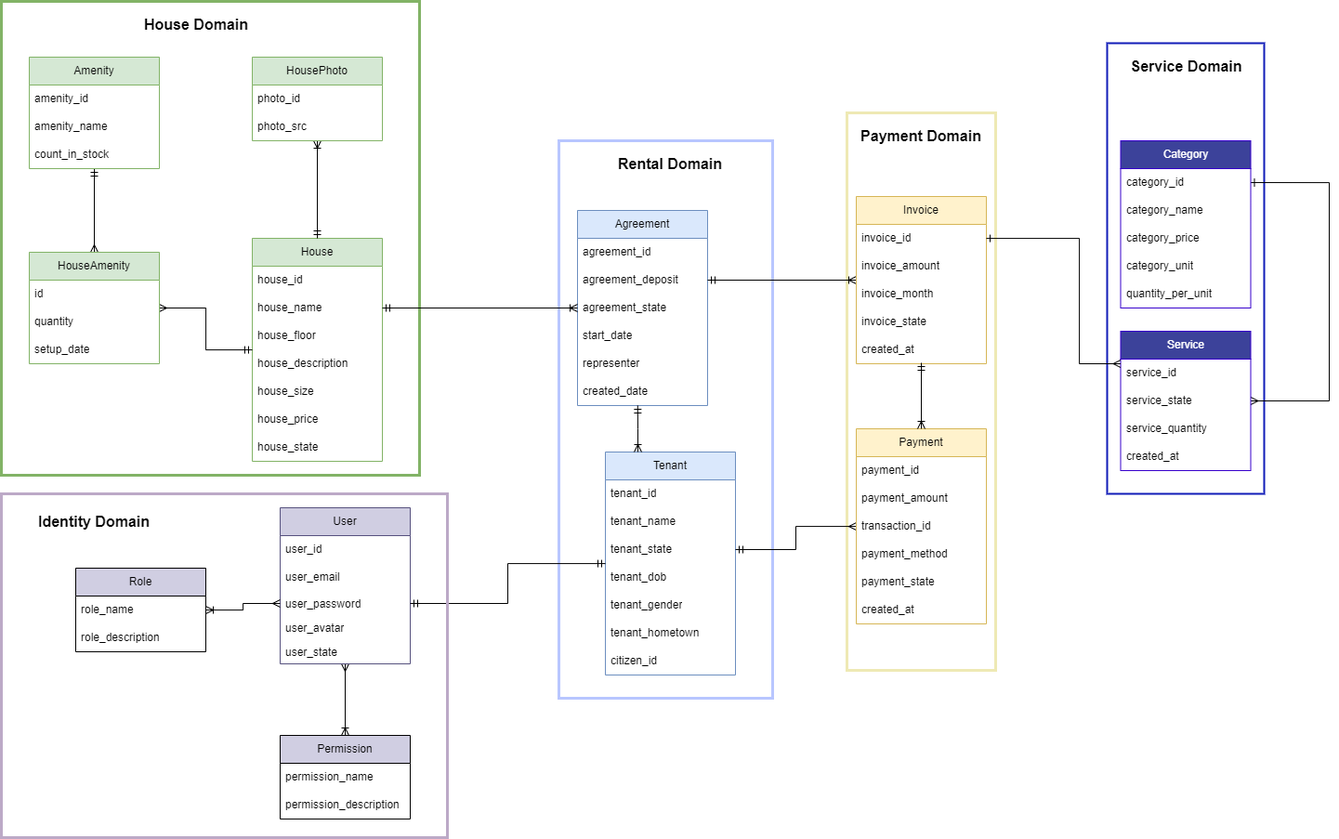
The draw.io diagram documents/ddd-diagram.drawio.png in fatthinh/house_rental_management, before a commit. Source tidied: cells renumbered, new cells last; positions are measured from the earlier drawing's top-left corner, leaving out a move shared by most shapes.
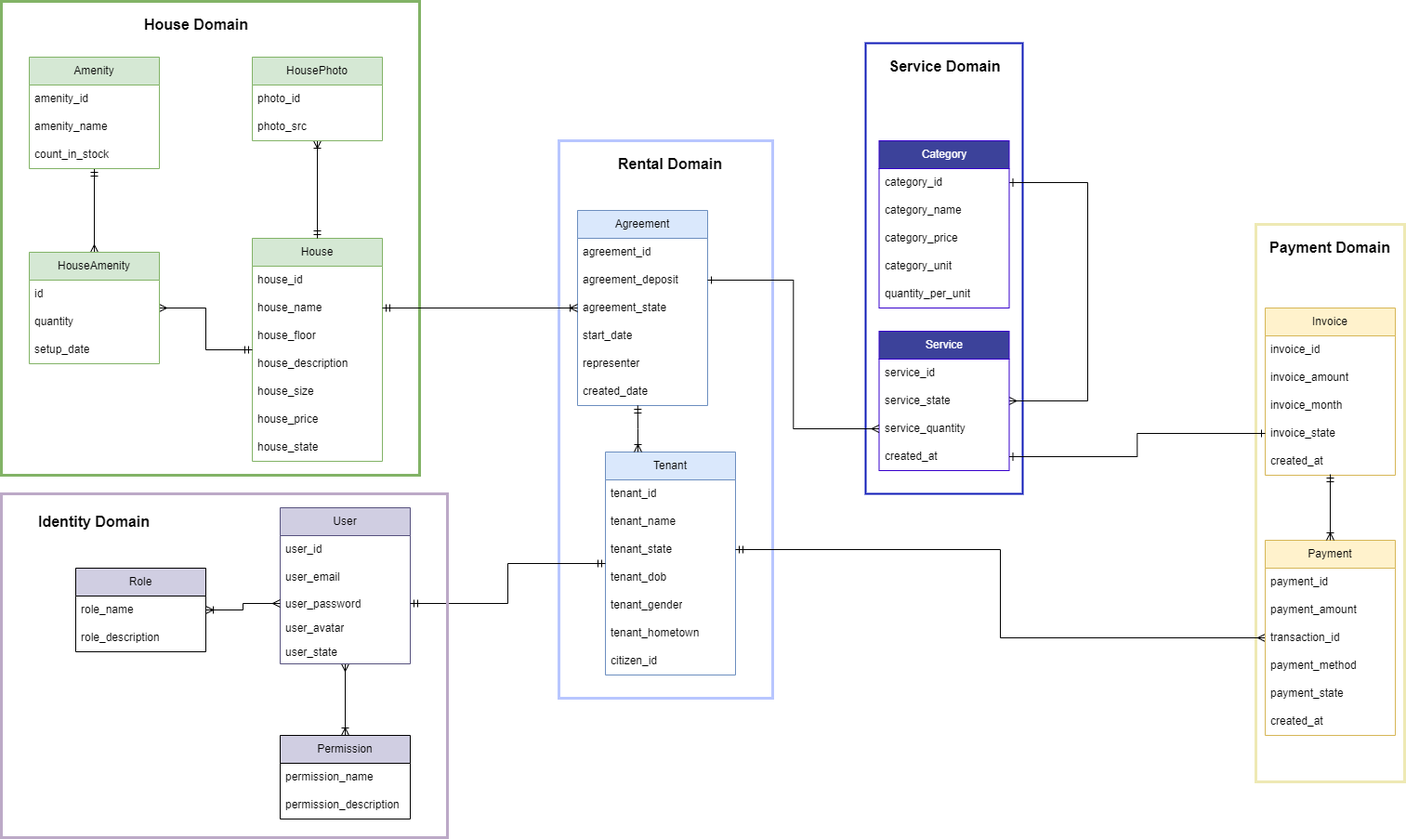
The same file after the commit.

The edit, as a diff of the source:
```diff
@@ -9,7 +9,7 @@
       <mxGeometry width="450" height="510" as="geometry" />
     </mxCell>
     <mxCell id="4" style="rounded=0;whiteSpace=wrap;html=1;gradientColor=none;fillColor=none;strokeWidth=3;strokeColor=#eee9b4;" parent="1" vertex="1">
-      <mxGeometry x="910" y="120" width="160" height="600" as="geometry" />
+      <mxGeometry x="1350" y="240" width="160" height="600" as="geometry" />
     </mxCell>
     <mxCell id="5" style="edgeStyle=orthogonalEdgeStyle;rounded=0;jettySize=auto;html=1;endArrow=ERoneToMany;endFill=0;startArrow=ERmany;startFill=0;" parent="1" edge="1" source="6" target="91">
       <mxGeometry relative="1" as="geometry" />
@@ -143,11 +143,8 @@
     <mxCell id="48" value="photo_src" style="text;strokeColor=none;fillColor=none;align=left;verticalAlign=middle;spacingLeft=4;spacingRight=4;overflow=hidden;whiteSpace=wrap;html=1;" parent="46" vertex="1">
       <mxGeometry y="60" width="140" height="30" as="geometry" />
     </mxCell>
-    <mxCell id="49" style="edgeStyle=orthogonalEdgeStyle;rounded=0;jettySize=auto;html=1;endArrow=ERmandOne;endFill=0;startArrow=ERoneToMany;startFill=0;entryX=1;entryY=0.5;entryDx=0;entryDy=0;" parent="1" edge="1" source="50" target="35">
-      <mxGeometry relative="1" as="geometry" />
-    </mxCell>
     <mxCell id="50" value="Invoice" style="swimlane;fontStyle=0;horizontal=1;startSize=30;whiteSpace=wrap;html=1;fillColor=#fff2cc;strokeColor=#d6b656;" parent="1" vertex="1">
-      <mxGeometry x="920" y="210" width="140" height="180" as="geometry" />
+      <mxGeometry x="1360" y="330" width="140" height="180" as="geometry" />
     </mxCell>
     <mxCell id="51" value="invoice_id" style="text;strokeColor=none;fillColor=none;align=left;verticalAlign=middle;spacingLeft=4;spacingRight=4;overflow=hidden;points=[[0,0.5],[1,0.5]];portConstraint=eastwest;whiteSpace=wrap;html=1;" parent="50" vertex="1">
       <mxGeometry y="30" width="140" height="30" as="geometry" />
@@ -168,7 +165,7 @@
       <mxGeometry relative="1" as="geometry" />
     </mxCell>
     <mxCell id="57" value="Payment" style="swimlane;fontStyle=0;horizontal=1;startSize=30;whiteSpace=wrap;html=1;fillColor=#fff2cc;strokeColor=#d6b656;" parent="1" vertex="1">
-      <mxGeometry x="920" y="460" width="140" height="210" as="geometry" />
+      <mxGeometry x="1360" y="580" width="140" height="210" as="geometry" />
     </mxCell>
     <mxCell id="58" value="payment_id" style="text;strokeColor=none;fillColor=none;align=left;verticalAlign=middle;spacingLeft=4;spacingRight=4;overflow=hidden;whiteSpace=wrap;html=1;" parent="57" vertex="1">
       <mxGeometry y="30" width="140" height="30" as="geometry" />
@@ -213,22 +210,22 @@
       <mxGeometry x="30" y="545" width="140" height="30" as="geometry" />
     </mxCell>
     <mxCell id="72" value="Payment Domain" style="text;html=1;align=center;verticalAlign=middle;whiteSpace=wrap;rounded=0;fontStyle=1;fontSize=16;" parent="1" vertex="1">
-      <mxGeometry x="920" y="130" width="140" height="30" as="geometry" />
+      <mxGeometry x="1360" y="250" width="140" height="30" as="geometry" />
     </mxCell>
     <mxCell id="73" style="rounded=0;whiteSpace=wrap;html=1;fillColor=none;strokeWidth=2;strokeColor=#111CB8;" parent="1" vertex="1">
-      <mxGeometry x="1190" y="45" width="169" height="485" as="geometry" />
+      <mxGeometry x="930" y="45" width="169" height="485" as="geometry" />
     </mxCell>
     <mxCell id="74" style="edgeStyle=orthogonalEdgeStyle;rounded=0;jettySize=auto;html=1;endArrow=ERmany;endFill=0;startArrow=ERone;startFill=0;exitX=1;exitY=0.5;exitDx=0;exitDy=0;" parent="1" edge="1" source="76">
       <mxGeometry relative="1" as="geometry">
-        <mxPoint x="1344.5" y="430" as="targetPoint" />
+        <mxPoint x="1084.5" y="430" as="targetPoint" />
         <Array as="points">
-          <mxPoint x="1429" y="195" />
-          <mxPoint x="1429" y="430" />
+          <mxPoint x="1169" y="195" />
+          <mxPoint x="1169" y="430" />
         </Array>
       </mxGeometry>
     </mxCell>
     <mxCell id="75" value="Category" style="swimlane;fontStyle=0;horizontal=1;startSize=30;whiteSpace=wrap;html=1;fillColor=#3c429a;fontColor=#ffffff;strokeColor=#3700CC;fillStyle=auto;" parent="1" vertex="1">
-      <mxGeometry x="1204.5" y="150" width="140" height="180" as="geometry" />
+      <mxGeometry x="944.5" y="150" width="140" height="180" as="geometry" />
     </mxCell>
     <mxCell id="76" value="category_id" style="text;strokeColor=none;fillColor=none;align=left;verticalAlign=middle;spacingLeft=4;spacingRight=4;overflow=hidden;points=[[0,0.5],[1,0.5]];portConstraint=eastwest;whiteSpace=wrap;html=1;" parent="75" vertex="1">
       <mxGeometry y="30" width="140" height="30" as="geometry" />
@@ -246,10 +243,10 @@
       <mxGeometry y="150" width="140" height="30" as="geometry" />
     </mxCell>
     <mxCell id="81" value="Service Domain" style="text;html=1;align=center;verticalAlign=middle;strokeColor=none;fillColor=none;fontSize=16;fontStyle=1;" parent="1" vertex="1">
-      <mxGeometry x="1204.5" y="55" width="140" height="30" as="geometry" />
+      <mxGeometry x="944.5" y="55" width="140" height="30" as="geometry" />
     </mxCell>
     <mxCell id="82" value="Service" style="swimlane;fontStyle=0;horizontal=1;startSize=30;whiteSpace=wrap;html=1;fillColor=#3c429a;fontColor=#ffffff;strokeColor=#3700CC;fillStyle=auto;" parent="1" vertex="1">
-      <mxGeometry x="1204.5" y="355" width="140" height="150" as="geometry" />
+      <mxGeometry x="944.5" y="355" width="140" height="150" as="geometry" />
     </mxCell>
     <mxCell id="83" value="service_id" style="text;strokeColor=none;fillColor=none;align=left;verticalAlign=middle;spacingLeft=4;spacingRight=4;overflow=hidden;points=[[0,0.5],[1,0.5]];portConstraint=eastwest;whiteSpace=wrap;html=1;" parent="82" vertex="1">
       <mxGeometry y="30" width="140" height="30" as="geometry" />
@@ -263,14 +260,6 @@
     <mxCell id="86" value="created_at" style="text;strokeColor=none;fillColor=none;align=left;verticalAlign=middle;spacingLeft=4;spacingRight=4;overflow=hidden;points=[[0,0.5],[1,0.5]];portConstraint=eastwest;whiteSpace=wrap;html=1;" parent="82" vertex="1">
       <mxGeometry y="120" width="140" height="30" as="geometry" />
     </mxCell>
-    <mxCell id="87" style="edgeStyle=orthogonalEdgeStyle;rounded=0;jettySize=auto;html=1;endArrow=ERmany;endFill=0;startArrow=ERone;startFill=0;" parent="1" edge="1" source="51" target="83">
-      <mxGeometry relative="1" as="geometry">
-        <Array as="points">
-          <mxPoint x="1160" y="255" />
-          <mxPoint x="1160" y="390" />
-        </Array>
-      </mxGeometry>
-    </mxCell>
     <mxCell id="88" value="Role" style="swimlane;fontStyle=0;horizontal=1;startSize=30;whiteSpace=wrap;html=1;fillColor=#D0CEE2;" parent="1" vertex="1">
       <mxGeometry x="80" y="610" width="140" height="90" as="geometry" />
     </mxCell>
@@ -292,5 +281,11 @@
     <mxCell id="94" style="edgeStyle=orthogonalEdgeStyle;rounded=0;jettySize=auto;html=1;startArrow=ERmany;startFill=0;endArrow=ERoneToMany;endFill=0;" parent="1" edge="1" source="9" target="89">
       <mxGeometry relative="1" as="geometry" />
     </mxCell>
+    <mxCell id="95" style="edgeStyle=orthogonalEdgeStyle;rounded=0;jettySize=auto;html=1;entryX=0;entryY=0.5;entryDx=0;entryDy=0;endArrow=ERmany;endFill=0;startArrow=ERone;startFill=0;" parent="1" edge="1" source="35" target="85">
+      <mxGeometry relative="1" as="geometry" />
+    </mxCell>
+    <mxCell id="96" style="edgeStyle=orthogonalEdgeStyle;rounded=0;jettySize=auto;html=1;endArrow=ERone;endFill=0;startArrow=ERone;startFill=0;" parent="1" edge="1" source="54" target="86">
+      <mxGeometry relative="1" as="geometry" />
+    </mxCell>
   </root>
 </mxGraphModel>
```
